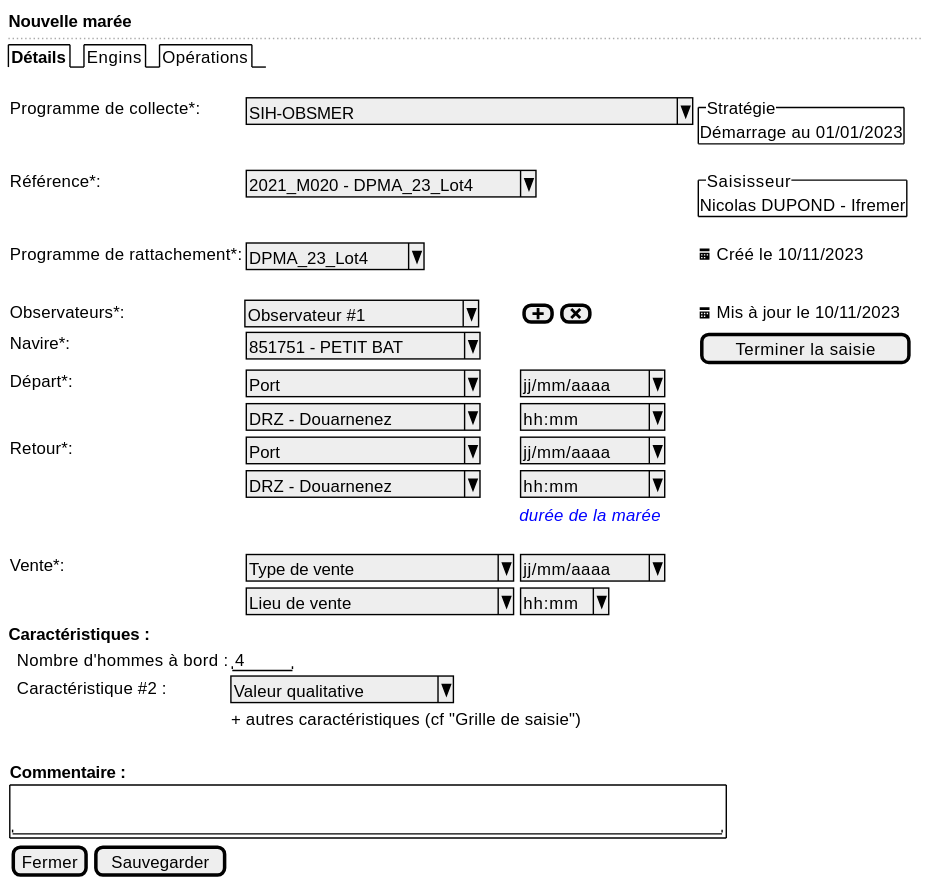
Above: projects/obsmer/spe/images/trip-new.svg in sumaris-net/sumaris-doc (PlantUML), before the change. Its diagram source:
```plantuml
@startsalt
{
  <b>Nouvelle marée
  ..
  {/ <b>Détails | Engins | Opérations }
  .
  {

      Programme de collecte*:    | { ^SIH-OBSMER                            ^ } | * {^"Stratégie"
Démarrage au 01/01/2023 }

      Référence*:  | { ^2021_M020 - DPMA_23_Lot4^ }  | * | {^"Saisisseur"
                                                                                                                   Nicolas DUPOND - Ifremer  } |.

      Programme de rattachement*: | { ^ DPMA_23_Lot4 ^ } |  . | <&calendar> Créé le 10/11/2023
      .
      Observateurs*:            | ^ Observateur #1    ^ | { [<&plus>] | [<&x>] } | <&calendar> Mis à jour le 10/11/2023

      Navire*:                   | { ^851751 - PETIT BAT ^ } | * | [Terminer la saisie]

      Départ*:     | { ^Port               ^ } | { ^ jj/mm/aaaa^ } | .
      . | { ^DRZ - Douarnenez   ^ } | { ^ hh:mm     ^ } | .

      Retour*:     | { ^Port               ^ } | { ^ jj/mm/aaaa^ } | .
      . | { ^DRZ - Douarnenez   ^ } | { ^ hh:mm     ^ } | .
      . | . | <i><color:blue>durée de la marée |
      .
      .
      Vente*:     | { ^Type de vente         ^ } | { ^ jj/mm/aaaa^ } | .
      .           | { ^Lieu de vente         ^ } |  { ^ hh:mm^ } |

  }

  <b>Caractéristiques :

  {
      . |Nombre d'hommes à bord : | " 4   "
      . |Caractéristique #2 : | ^Valeur qualitative^
      . |. | + autres caractéristiques (cf "Grille de saisie")
      . |.
  }

  {
     <b>Commentaire :

     {+ .
        "                                                               "
     }
  }

  { [Fermer] | [Sauvegarder] }
}
@endsalt
```
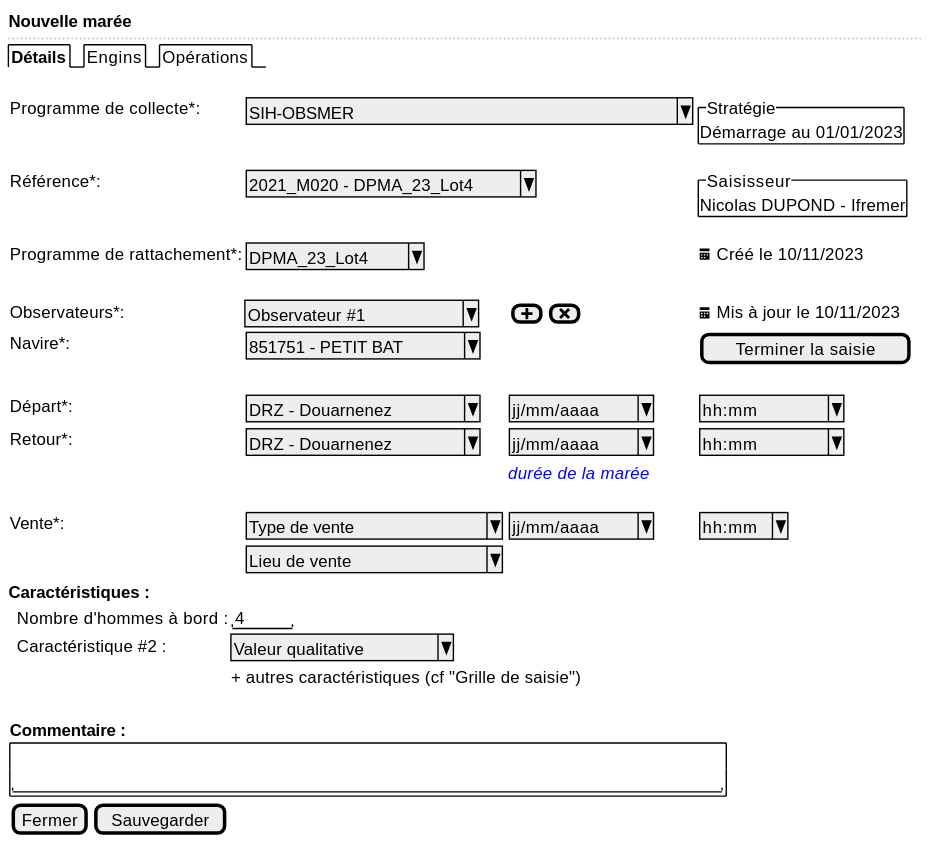
Later version of the same file.

The edit, as a diff of the source:
```diff
@@ -17,17 +17,16 @@
       Observateurs*:            | ^ Observateur #1    ^ | { [<&plus>] | [<&x>] } | <&calendar> Mis à jour le 10/11/2023
 
       Navire*:                   | { ^851751 - PETIT BAT ^ } | * | [Terminer la saisie]
+      .
+      Départ*:     | { ^DRZ - Douarnenez   ^ } | { ^ jj/mm/aaaa^ } | { ^ hh:mm     ^ } | .
 
-      Départ*:     | { ^Port               ^ } | { ^ jj/mm/aaaa^ } | .
-      . | { ^DRZ - Douarnenez   ^ } | { ^ hh:mm     ^ } | .
 
-      Retour*:     | { ^Port               ^ } | { ^ jj/mm/aaaa^ } | .
-      . | { ^DRZ - Douarnenez   ^ } | { ^ hh:mm     ^ } | .
+      Retour*:     | { ^DRZ - Douarnenez   ^ }  | { ^ jj/mm/aaaa^ } | { ^ hh:mm     ^ } | .
       . | . | <i><color:blue>durée de la marée |
       .
       .
-      Vente*:     | { ^Type de vente         ^ } | { ^ jj/mm/aaaa^ } | .
-      .           | { ^Lieu de vente         ^ } |  { ^ hh:mm^ } |
+      Vente*:     | { ^Type de vente        ^ } | { ^ jj/mm/aaaa^ } | { ^ hh:mm^ } | .
+      .          { ^Lieu de vente        ^ }
 
   }
 
```
